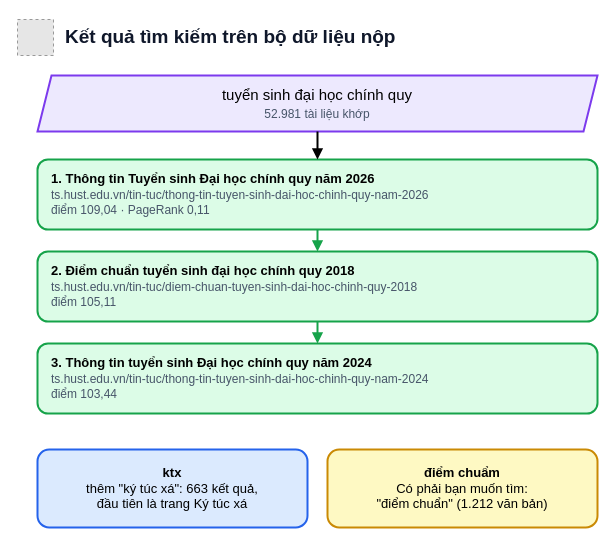
doanan293/WebCorpusPipeline keeps this draw.io diagram as docs/report/diagrams/ket-qua-tim-kiem.drawio. Above is the earlier version. Source tidied: cells renumbered, new cells numbered last; positions are measured from the earlier drawing's top-left corner, leaving out a move shared by most shapes. Both pictures are drawn from the tidied source at 100%, with x=0, y=0 at pixel (17, 17). Pictures stored in the file or linked from it are replaced by grey dashed boxes.
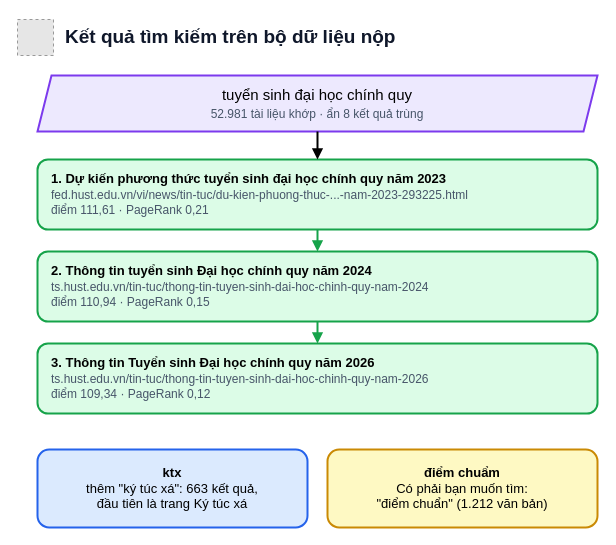
The same page after the edit.

Commit message (it also covers changes not shown here):
docs: new PageRank and duplicate hiding in the report and slides

Change to the diagram source:
```diff
@@
 <mxGraphModel background="#FFFFFF">
   <root>
     <mxCell id="0" />
     <mxCell id="1" parent="0" />
     <mxCell id="2" style="fillColor=#E6E6E6;strokeColor=#999999;dashed=1;html=1;verticalLabelPosition=bottom;verticalAlign=top;" parent="1" vertex="1">
       <mxGeometry y="2" width="36" height="36" as="geometry" />
     </mxCell>
     <mxCell id="3" value="Kết quả tìm kiếm trên bộ dữ liệu nộp" style="text;html=1;whiteSpace=wrap;align=left;verticalAlign=middle;fontSize=19;fontStyle=1;fontColor=#0F172A;fontFamily=Helvetica;" parent="1" vertex="1">
       <mxGeometry x="46" width="520" height="40" as="geometry" />
     </mxCell>
-    <mxCell id="4" value="tuyển sinh đại học chính quy&lt;br&gt;&lt;font style=&quot;font-size:12px&quot; color=&quot;#475569&quot;&gt;52.981 tài liệu khớp&lt;/font&gt;" style="shape=parallelogram;perimeter=parallelogramPerimeter;fixedSize=1;size=14;whiteSpace=wrap;html=1;fillColor=#EDE9FE;strokeColor=#7C3AED;strokeWidth=2;fontSize=15;fontFamily=Helvetica;" parent="1" vertex="1">
+    <mxCell id="4" value="tuyển sinh đại học chính quy&lt;br&gt;&lt;font style=&quot;font-size:12px&quot; color=&quot;#475569&quot;&gt;52.981 tài liệu khớp · ẩn 8 kết quả trùng&lt;/font&gt;" style="shape=parallelogram;perimeter=parallelogramPerimeter;fixedSize=1;size=14;whiteSpace=wrap;html=1;fillColor=#EDE9FE;strokeColor=#7C3AED;strokeWidth=2;fontSize=15;fontFamily=Helvetica;" parent="1" vertex="1">
       <mxGeometry x="20" y="58" width="560" height="56" as="geometry" />
     </mxCell>
-    <mxCell id="5" value="&lt;b&gt;1. Thông tin Tuyển sinh Đại học chính quy năm 2026&lt;/b&gt;&lt;br&gt;&lt;font style=&quot;font-size:12px&quot; color=&quot;#475569&quot;&gt;ts.hust.edu.vn/tin-tuc/thong-tin-tuyen-sinh-dai-hoc-chinh-quy-nam-2026&lt;br&gt;điểm 109,04 · PageRank 0,11&lt;/font&gt;" style="rounded=1;whiteSpace=wrap;html=1;fillColor=#DCFCE7;strokeColor=#16A34A;strokeWidth=2;fontSize=13;fontFamily=Helvetica;align=left;spacingLeft=12;" parent="1" vertex="1">
+    <mxCell id="5" value="&lt;b&gt;1. Dự kiến phương thức tuyển sinh đại học chính quy năm 2023&lt;/b&gt;&lt;br&gt;&lt;font style=&quot;font-size:12px&quot; color=&quot;#475569&quot;&gt;fed.hust.edu.vn/vi/news/tin-tuc/du-kien-phuong-thuc-...-nam-2023-293225.html&lt;br&gt;điểm 111,61 · PageRank 0,21&lt;/font&gt;" style="rounded=1;whiteSpace=wrap;html=1;fillColor=#DCFCE7;strokeColor=#16A34A;strokeWidth=2;fontSize=13;fontFamily=Helvetica;align=left;spacingLeft=12;" parent="1" vertex="1">
       <mxGeometry x="20" y="142" width="560" height="70" as="geometry" />
     </mxCell>
     <mxCell id="6" style="edgeStyle=orthogonalEdgeStyle;rounded=1;html=1;endArrow=block;endFill=1;strokeWidth=2;fontSize=12;fontFamily=Helvetica;labelBackgroundColor=#FFFFFF;" parent="1" edge="1" source="4" target="5">
       <mxGeometry relative="1" as="geometry" />
     </mxCell>
-    <mxCell id="7" value="&lt;b&gt;2. Điểm chuẩn tuyển sinh đại học chính quy 2018&lt;/b&gt;&lt;br&gt;&lt;font style=&quot;font-size:12px&quot; color=&quot;#475569&quot;&gt;ts.hust.edu.vn/tin-tuc/diem-chuan-tuyen-sinh-dai-hoc-chinh-quy-2018&lt;br&gt;điểm 105,11&lt;/font&gt;" style="rounded=1;whiteSpace=wrap;html=1;fillColor=#DCFCE7;strokeColor=#16A34A;strokeWidth=2;fontSize=13;fontFamily=Helvetica;align=left;spacingLeft=12;" parent="1" vertex="1">
+    <mxCell id="7" value="&lt;b&gt;2. Thông tin tuyển sinh Đại học chính quy năm 2024&lt;/b&gt;&lt;br&gt;&lt;font style=&quot;font-size:12px&quot; color=&quot;#475569&quot;&gt;ts.hust.edu.vn/tin-tuc/thong-tin-tuyen-sinh-dai-hoc-chinh-quy-nam-2024&lt;br&gt;điểm 110,94 · PageRank 0,15&lt;/font&gt;" style="rounded=1;whiteSpace=wrap;html=1;fillColor=#DCFCE7;strokeColor=#16A34A;strokeWidth=2;fontSize=13;fontFamily=Helvetica;align=left;spacingLeft=12;" parent="1" vertex="1">
       <mxGeometry x="20" y="234" width="560" height="70" as="geometry" />
     </mxCell>
     <mxCell id="8" style="edgeStyle=orthogonalEdgeStyle;rounded=1;html=1;endArrow=block;endFill=1;strokeWidth=2;fontSize=12;fontFamily=Helvetica;labelBackgroundColor=#FFFFFF;strokeColor=#16A34A;fontColor=#15803D;" parent="1" edge="1" source="5" target="7">
       <mxGeometry relative="1" as="geometry" />
     </mxCell>
-    <mxCell id="9" value="&lt;b&gt;3. Thông tin tuyển sinh Đại học chính quy năm 2024&lt;/b&gt;&lt;br&gt;&lt;font style=&quot;font-size:12px&quot; color=&quot;#475569&quot;&gt;ts.hust.edu.vn/tin-tuc/thong-tin-tuyen-sinh-dai-hoc-chinh-quy-nam-2024&lt;br&gt;điểm 103,44&lt;/font&gt;" style="rounded=1;whiteSpace=wrap;html=1;fillColor=#DCFCE7;strokeColor=#16A34A;strokeWidth=2;fontSize=13;fontFamily=Helvetica;align=left;spacingLeft=12;" parent="1" vertex="1">
+    <mxCell id="9" value="&lt;b&gt;3. Thông tin Tuyển sinh Đại học chính quy năm 2026&lt;/b&gt;&lt;br&gt;&lt;font style=&quot;font-size:12px&quot; color=&quot;#475569&quot;&gt;ts.hust.edu.vn/tin-tuc/thong-tin-tuyen-sinh-dai-hoc-chinh-quy-nam-2026&lt;br&gt;điểm 109,34 · PageRank 0,12&lt;/font&gt;" style="rounded=1;whiteSpace=wrap;html=1;fillColor=#DCFCE7;strokeColor=#16A34A;strokeWidth=2;fontSize=13;fontFamily=Helvetica;align=left;spacingLeft=12;" parent="1" vertex="1">
       <mxGeometry x="20" y="326" width="560" height="70" as="geometry" />
     </mxCell>
     <mxCell id="10" style="edgeStyle=orthogonalEdgeStyle;rounded=1;html=1;endArrow=block;endFill=1;strokeWidth=2;fontSize=12;fontFamily=Helvetica;labelBackgroundColor=#FFFFFF;strokeColor=#16A34A;fontColor=#15803D;" parent="1" edge="1" source="7" target="9">
       <mxGeometry relative="1" as="geometry" />
     </mxCell>
     <mxCell id="11" value="&lt;b&gt;ktx&lt;/b&gt;&lt;br&gt;thêm &quot;ký túc xá&quot;: 663 kết quả,&lt;br&gt;đầu tiên là trang Ký túc xá" style="rounded=1;whiteSpace=wrap;html=1;fillColor=#DBEAFE;strokeColor=#2563EB;strokeWidth=2;fontSize=13;fontFamily=Helvetica;" parent="1" vertex="1">
       <mxGeometry x="20" y="432" width="270" height="78" as="geometry" />
     </mxCell>
     <mxCell id="12" value="&lt;b&gt;điểm chuẩm&lt;/b&gt;&lt;br&gt;Có phải bạn muốn tìm:&lt;br&gt;&quot;điểm chuẩn&quot; (1.212 văn bản)" style="rounded=1;whiteSpace=wrap;html=1;fillColor=#FEF9C3;strokeColor=#CA8A04;strokeWidth=2;fontSize=13;fontFamily=Helvetica;" parent="1" vertex="1">
       <mxGeometry x="310" y="432" width="270" height="78" as="geometry" />
     </mxCell>
   </root>
 </mxGraphModel>
```
